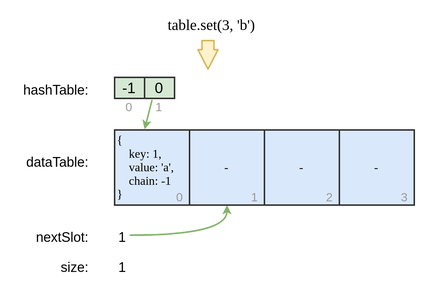
This is 2021-ru-es6-collection-internals/slides/images/close-table-6.png from puzpuzpuz/talks, a draw.io export, as it was before one commit. Source tidied: cells renumbered, new cells last; positions are measured from the earlier drawing's top-left corner, leaving out a move shared by most shapes.
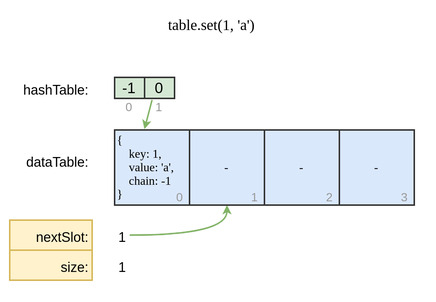
The same diagram one commit later.

Diff of the diagram source:
```diff
@@ -9,7 +9,7 @@
         </Array>
       </mxGeometry>
     </mxCell>
-    <mxCell id="3" style="endArrow=classic;html=1;fontSize=6;startSize=3;endSize=3;strokeColor=#82b366;exitX=0.25;exitY=0;exitDx=0;exitDy=0;fillColor=#d5e8d4;entryX=0.4;entryY=-0.009;entryDx=0;entryDy=0;entryPerimeter=0;" parent="1" edge="1" source="7" target="14">
+    <mxCell id="3" style="endArrow=classic;html=1;fontSize=6;startSize=3;endSize=3;strokeColor=#82b366;entryX=0.398;entryY=-0.011;entryDx=0;entryDy=0;exitX=0.25;exitY=0;exitDx=0;exitDy=0;fillColor=#d5e8d4;entryPerimeter=0;" parent="1" edge="1" source="7" target="14">
       <mxGeometry relative="1" as="geometry" />
     </mxCell>
     <mxCell id="4" value="-1" style="rounded=0;whiteSpace=wrap;html=1;fillColor=#d5e8d4;strokeColor=#333333;fontSize=10;spacingBottom=0;spacingTop=0;" parent="1" vertex="1">
@@ -30,10 +30,10 @@
     <mxCell id="9" value="dataTable:" style="text;html=1;align=right;verticalAlign=top;whiteSpace=wrap;rounded=0;fontSize=9;strokeColor=#FFFFFF;" parent="1" vertex="1">
       <mxGeometry y="90" width="55" height="20" as="geometry" />
     </mxCell>
-    <mxCell id="10" value="nextSlot:" style="text;html=1;align=right;verticalAlign=top;whiteSpace=wrap;rounded=0;fontSize=9;strokeColor=#FFFFFF;" parent="1" vertex="1">
+    <mxCell id="10" value="nextSlot:" style="text;html=1;strokeColor=#d6b656;align=right;verticalAlign=top;whiteSpace=wrap;rounded=0;fontSize=9;fillColor=#fff2cc;" parent="1" vertex="1">
       <mxGeometry y="140" width="55" height="20" as="geometry" />
     </mxCell>
-    <mxCell id="11" value="size:" style="text;html=1;align=right;verticalAlign=top;whiteSpace=wrap;rounded=0;fontSize=9;strokeColor=#FFFFFF;" parent="1" vertex="1">
+    <mxCell id="11" value="size:" style="text;html=1;strokeColor=#d6b656;align=right;verticalAlign=top;whiteSpace=wrap;rounded=0;fontSize=9;fillColor=#fff2cc;" parent="1" vertex="1">
       <mxGeometry y="160" width="55" height="20" as="geometry" />
     </mxCell>
     <mxCell id="12" value="1" style="text;html=1;strokeColor=none;fillColor=none;align=right;verticalAlign=top;whiteSpace=wrap;rounded=0;fontSize=9;" parent="1" vertex="1">
@@ -66,14 +66,8 @@
     <mxCell id="21" value="3" style="text;html=1;strokeColor=none;fillColor=none;align=right;verticalAlign=middle;whiteSpace=wrap;rounded=0;opacity=0;fontSize=8;spacingRight=2;spacingLeft=2;fontColor=#999999;" parent="1" vertex="1">
       <mxGeometry x="220" y="120" width="50" height="10" as="geometry" />
     </mxCell>
-    <mxCell id="22" value="table.set(3, 'b')" style="text;html=1;fillColor=none;align=center;verticalAlign=middle;whiteSpace=wrap;rounded=0;fontFamily=Lucida Console;fontSize=10;strokeColor=#FFFFFF;" parent="1" vertex="1">
+    <mxCell id="22" value="table.set(1, 'a')" style="text;html=1;fillColor=none;align=center;verticalAlign=middle;whiteSpace=wrap;rounded=0;fontFamily=Lucida Console;fontSize=10;strokeColor=#FFFFFF;" parent="1" vertex="1">
       <mxGeometry width="270" height="20" as="geometry" />
     </mxCell>
-    <mxCell id="23" style="shape=flexArrow;endArrow=classic;html=1;strokeColor=#d6b656;endWidth=4.444444444444445;endSize=3.9786407766990286;startSize=3;width=8;fillColor=#fff2cc;" parent="1" edge="1">
-      <mxGeometry relative="1" as="geometry">
-        <mxPoint x="132.3" y="20" as="sourcePoint" />
-        <mxPoint x="132.3" y="40" as="targetPoint" />
-      </mxGeometry>
-    </mxCell>
   </root>
 </mxGraphModel>
```
